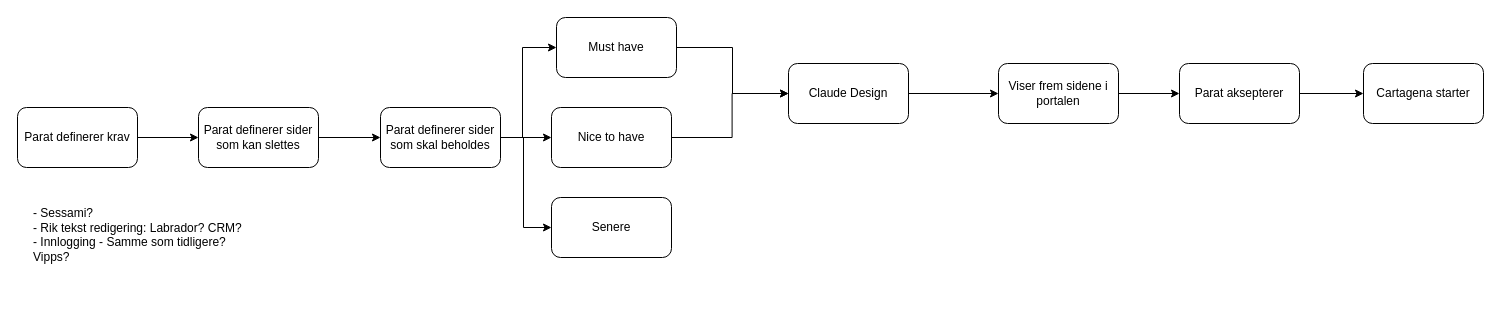
CEM-MEC/drawio keeps this draw.io diagram as Motorgruppen/Parat - Ny min side.drawio. Above is the earlier version. Source tidied: cells renumbered, new cells numbered last; positions are measured from the earlier drawing's top-left corner, leaving out a move shared by most shapes. Both pictures are drawn from the tidied source at 100%, with x=0, y=0 at pixel (17, 17).
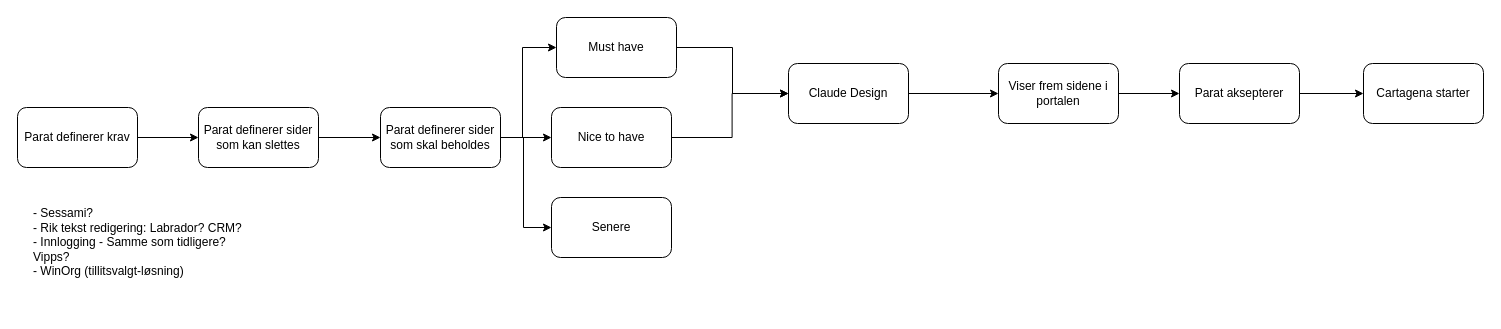
Above is the later version.

Diff of the diagram source:
```diff
@@
-    <mxCell id="22" value="- Sessami?&lt;br&gt;- Rik tekst redigering: Labrador? CRM?&lt;div&gt;- Innlogging - Samme som tidligere? Vipps?&lt;/div&gt;&lt;div&gt;&lt;br&gt;&lt;div&gt;&lt;br&gt;&lt;/div&gt;&lt;/div&gt;" style="text;html=1;whiteSpace=wrap;strokeColor=none;fillColor=none;align=left;verticalAlign=middle;rounded=0;" parent="1" vertex="1">
+    <mxCell id="22" value="- Sessami?&lt;br&gt;- Rik tekst redigering: Labrador? CRM?&lt;div&gt;- Innlogging - Samme som tidligere? Vipps?&lt;/div&gt;&lt;div&gt;- WinOrg (tillitsvalgt-løsning)&lt;br&gt;&lt;div&gt;&lt;br&gt;&lt;/div&gt;&lt;/div&gt;" style="text;html=1;whiteSpace=wrap;strokeColor=none;fillColor=none;align=left;verticalAlign=middle;rounded=0;" parent="1" vertex="1">
       <mxGeometry x="14" y="169" width="214" height="125" as="geometry" />
     </mxCell>
```
